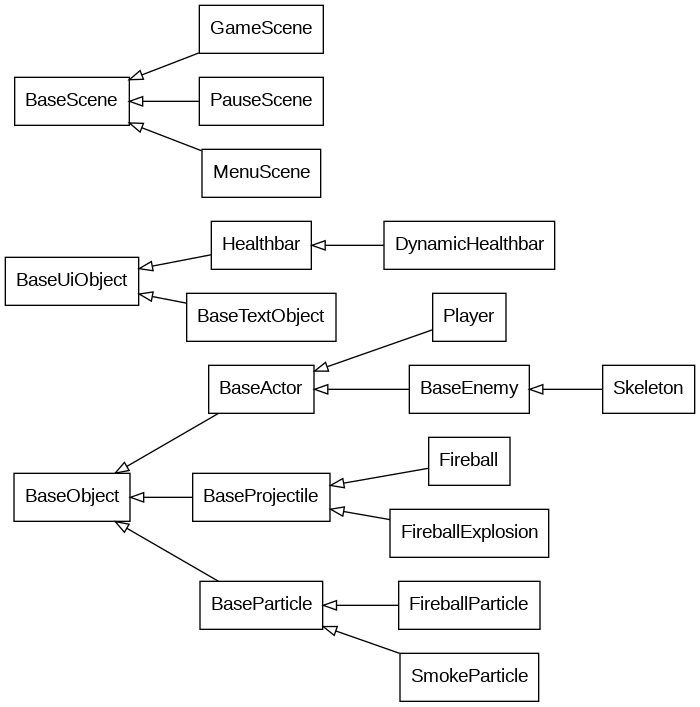
Earlier version of the Graphviz export inheritance.gv.png (lachfoy/2dgameABANDONED). Its source is kept beside it as inheritance.gv.
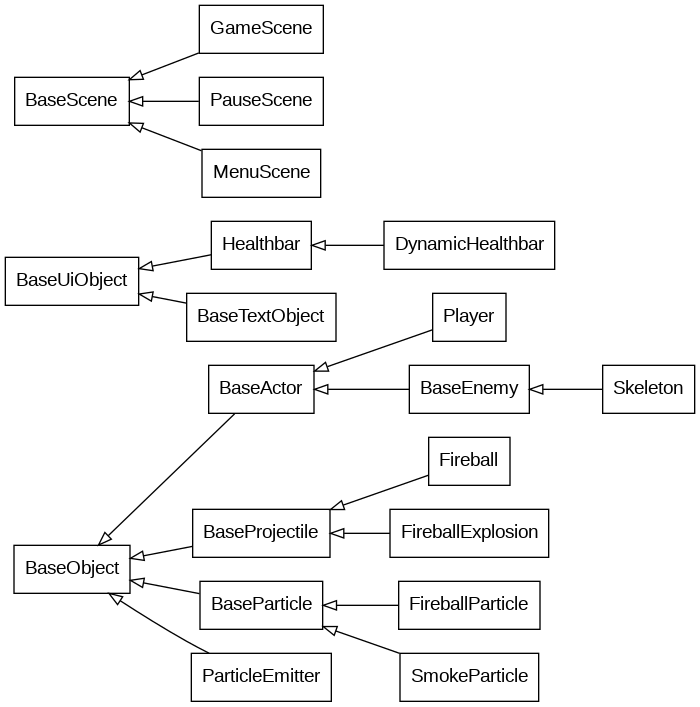
After the commit.

What changed in the source:
```diff
@@ -4,7 +4,7 @@
     edge [dir=back arrowtail=empty]
 
     subgraph objects {
-        BaseObject->{BaseActor, BaseProjectile, BaseParticle}
+        BaseObject->{BaseActor, BaseProjectile, BaseParticle, ParticleEmitter}
         BaseActor->{Player, BaseEnemy}
         BaseProjectile->{Fireball, FireballExplosion}
         BaseParticle->{FireballParticle, SmokeParticle}
```
